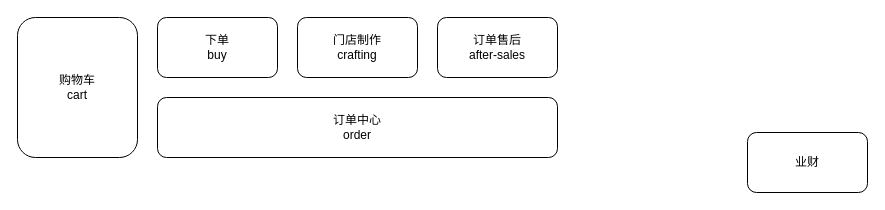
Earlier version of the draw.io diagram page "目标技术架构" (2 of 3) of OMS2.0业务架构.drawio (alexzhang2015/PC2.0). Source tidied: cells renumbered, new cells numbered last; positions are measured from the earlier drawing's top-left corner, leaving out a move shared by most shapes. Both pictures are drawn from the tidied source at 100%, with x=0, y=0 at pixel (17, 17).
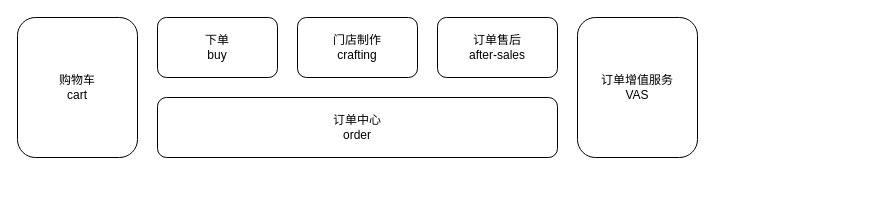
The same page after the edit.

Change to the diagram source:
```diff
@@
 <mxGraphModel>
   <root>
     <mxCell id="0" />
     <mxCell id="1" parent="0" />
     <mxCell id="2" value="下单&lt;div&gt;buy&lt;/div&gt;" style="rounded=1;whiteSpace=wrap;html=1;" parent="1" vertex="1">
       <mxGeometry x="140" width="120" height="60" as="geometry" />
     </mxCell>
     <mxCell id="3" value="购物车&lt;div&gt;cart&lt;/div&gt;" style="rounded=1;whiteSpace=wrap;html=1;" parent="1" vertex="1">
       <mxGeometry width="120" height="140" as="geometry" />
     </mxCell>
     <mxCell id="4" value="门店制作&lt;div&gt;crafting&lt;/div&gt;" style="rounded=1;whiteSpace=wrap;html=1;" parent="1" vertex="1">
       <mxGeometry x="280" width="120" height="60" as="geometry" />
     </mxCell>
-    <mxCell id="5" value="业财" style="rounded=1;whiteSpace=wrap;html=1;" parent="1" vertex="1">
-      <mxGeometry x="730" y="115" width="120" height="60" as="geometry" />
+    <mxCell id="5" value="订单增值服务&lt;div&gt;VAS&lt;/div&gt;" style="rounded=1;whiteSpace=wrap;html=1;" parent="1" vertex="1">
+      <mxGeometry x="560" width="120" height="140" as="geometry" />
     </mxCell>
     <mxCell id="6" value="订单售后&lt;div&gt;after-sales&lt;/div&gt;" style="rounded=1;whiteSpace=wrap;html=1;" parent="1" vertex="1">
       <mxGeometry x="420" width="120" height="60" as="geometry" />
     </mxCell>
     <mxCell id="7" value="订单中心&lt;div&gt;order&lt;/div&gt;" style="rounded=1;whiteSpace=wrap;html=1;" parent="1" vertex="1">
       <mxGeometry x="140" y="80" width="400" height="60" as="geometry" />
     </mxCell>
   </root>
 </mxGraphModel>
```
